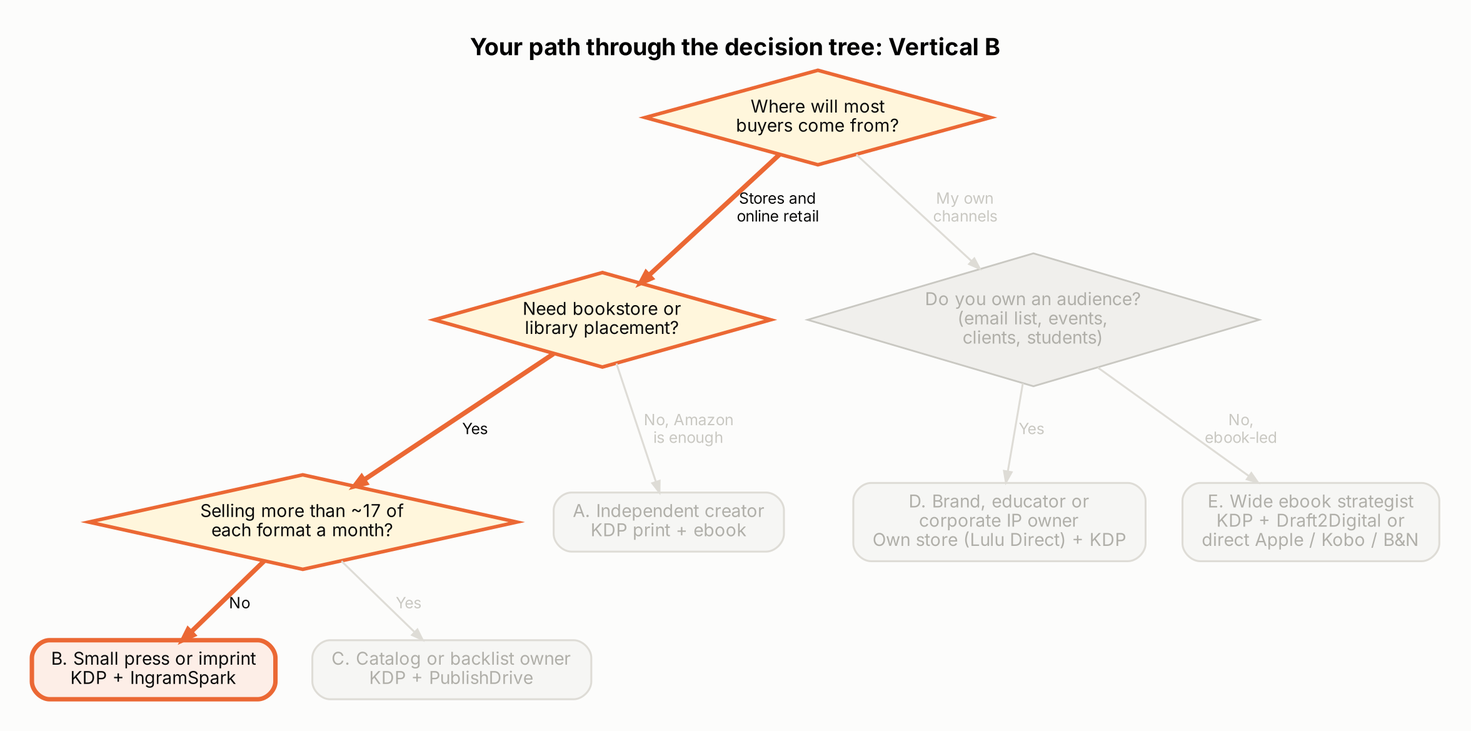
Earlier version of the Graphviz export docs/assets/diagrams/d2_path_B.png (ShamarRobinson/ip-distribution-decision-verticals). Its source is kept beside it as diagrams/d2_path_B.dot.
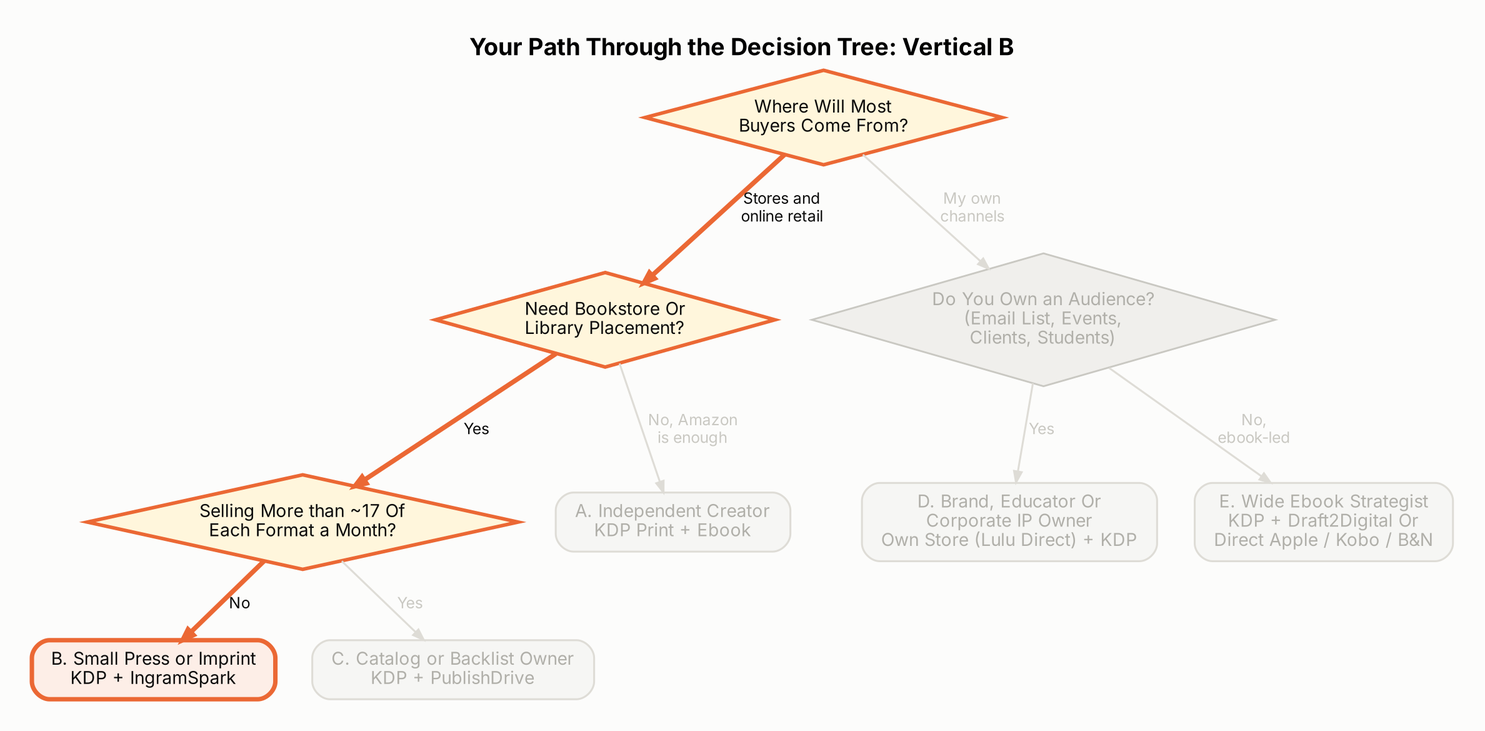
The same file after the commit.

What changed in the source:
```diff
@@ -1,27 +1,27 @@
 digraph G { rankdir=TB; bgcolor="#fcfcfb"; pad=0.3; nodesep=0.35; ranksep=0.5;
-labelloc=t; label=<<b>Your path through the decision tree: Vertical B</b>>; fontname="Inter"; fontsize=16;
+labelloc=t; label=<<b>Your Path Through the Decision Tree: Vertical B</b>>; fontname="Inter"; fontsize=16;
 node [fontname="Inter", fontsize=12, penwidth=1.3]; edge [fontname="Inter", fontsize=10.5, arrowsize=0.75];
-q1 [label="Where will most
-buyers come from?", shape=diamond, style=filled, fillcolor="#fff6dc", color="#eb6834", fontcolor="#0b0b0b", margin="0.04,0.04", penwidth=2.4];
-q2 [label="Need bookstore or
-library placement?", shape=diamond, style=filled, fillcolor="#fff6dc", color="#eb6834", fontcolor="#0b0b0b", margin="0.04,0.04", penwidth=2.4];
-q3 [label="Selling more than ~17 of
-each format a month?", shape=diamond, style=filled, fillcolor="#fff6dc", color="#eb6834", fontcolor="#0b0b0b", margin="0.04,0.04", penwidth=2.4];
-q4 [label="Do you own an audience?
-(email list, events,
-clients, students)", shape=diamond, style=filled, fillcolor="#f0efec", color="#c9c8c2", fontcolor="#b0afa9", margin="0.04,0.04", penwidth=1.2];
-A [label="A. Independent creator
-KDP print + ebook", shape=box, style="rounded,filled", fillcolor="#f6f6f4", color="#dedcd6", fontcolor="#b0afa9", margin="0.18,0.1", penwidth=1.3];
-B [label="B. Small press or imprint
+q1 [label="Where Will Most
+Buyers Come From?", shape=diamond, style=filled, fillcolor="#fff6dc", color="#eb6834", fontcolor="#0b0b0b", margin="0.04,0.04", penwidth=2.4];
+q2 [label="Need Bookstore Or
+Library Placement?", shape=diamond, style=filled, fillcolor="#fff6dc", color="#eb6834", fontcolor="#0b0b0b", margin="0.04,0.04", penwidth=2.4];
+q3 [label="Selling More than ~17 Of
+Each Format a Month?", shape=diamond, style=filled, fillcolor="#fff6dc", color="#eb6834", fontcolor="#0b0b0b", margin="0.04,0.04", penwidth=2.4];
+q4 [label="Do You Own an Audience?
+(Email List, Events,
+Clients, Students)", shape=diamond, style=filled, fillcolor="#f0efec", color="#c9c8c2", fontcolor="#b0afa9", margin="0.04,0.04", penwidth=1.2];
+A [label="A. Independent Creator
+KDP Print + Ebook", shape=box, style="rounded,filled", fillcolor="#f6f6f4", color="#dedcd6", fontcolor="#b0afa9", margin="0.18,0.1", penwidth=1.3];
+B [label="B. Small Press or Imprint
 KDP + IngramSpark", shape=box, style="rounded,filled", fillcolor="#fdeee7", color="#eb6834", fontcolor="#0b0b0b", margin="0.18,0.1", penwidth=3];
-C [label="C. Catalog or backlist owner
+C [label="C. Catalog or Backlist Owner
 KDP + PublishDrive", shape=box, style="rounded,filled", fillcolor="#f6f6f4", color="#dedcd6", fontcolor="#b0afa9", margin="0.18,0.1", penwidth=1.3];
-D [label="D. Brand, educator or
-corporate IP owner
-Own store (Lulu Direct) + KDP", shape=box, style="rounded,filled", fillcolor="#f6f6f4", color="#dedcd6", fontcolor="#b0afa9", margin="0.18,0.1", penwidth=1.3];
-E [label="E. Wide ebook strategist
-KDP + Draft2Digital or
-direct Apple / Kobo / B&N", shape=box, style="rounded,filled", fillcolor="#f6f6f4", color="#dedcd6", fontcolor="#b0afa9", margin="0.18,0.1", penwidth=1.3];
+D [label="D. Brand, Educator Or
+Corporate IP Owner
+Own Store (Lulu Direct) + KDP", shape=box, style="rounded,filled", fillcolor="#f6f6f4", color="#dedcd6", fontcolor="#b0afa9", margin="0.18,0.1", penwidth=1.3];
+E [label="E. Wide Ebook Strategist
+KDP + Draft2Digital Or
+Direct Apple / Kobo / B&N", shape=box, style="rounded,filled", fillcolor="#f6f6f4", color="#dedcd6", fontcolor="#b0afa9", margin="0.18,0.1", penwidth=1.3];
 q1 -> q2 [label="Stores and
 online retail", color="#eb6834", fontcolor="#0b0b0b", penwidth=3.2];
 q1 -> q4 [label="My own
```
